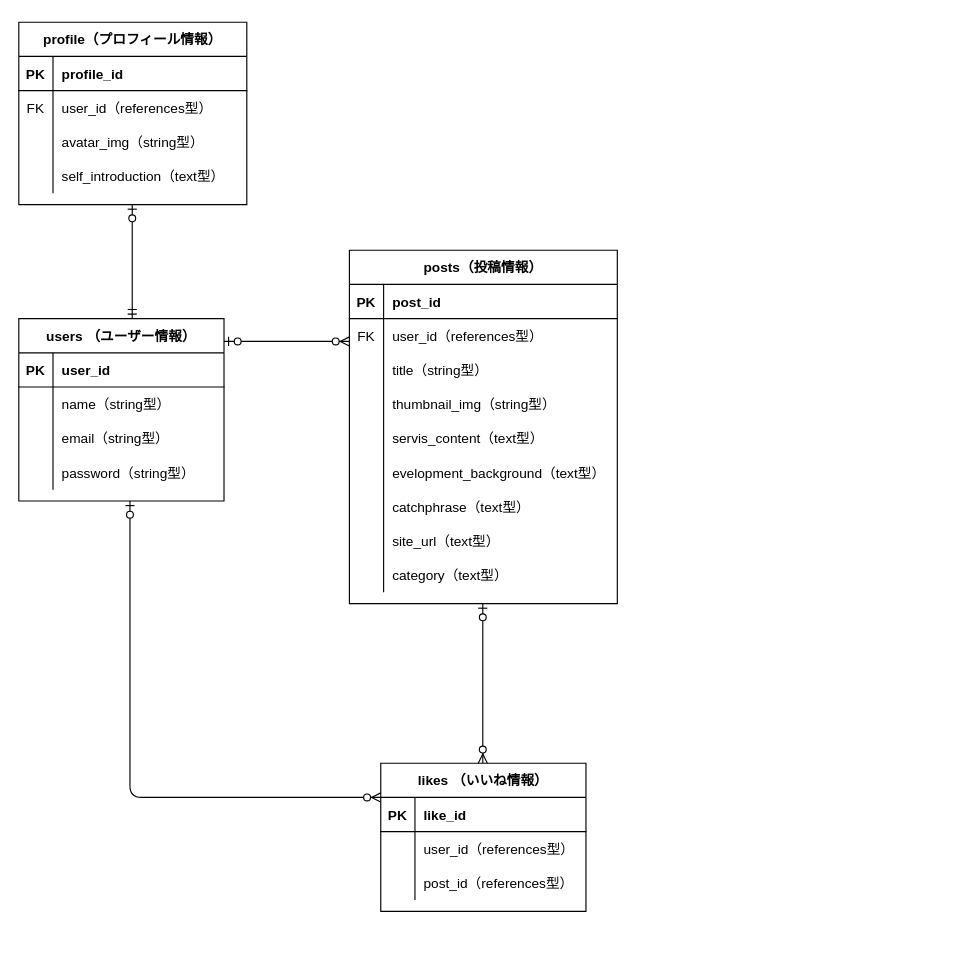
Earlier version of the draw.io diagram src/ER.dio (kuma-24/portfolios-museum). Source tidied: cells renumbered, new cells numbered last; positions are measured from the earlier drawing's top-left corner, leaving out a move shared by most shapes. Both pictures are drawn from the tidied source at 114%, with x=0, y=0 at pixel (18, 22).
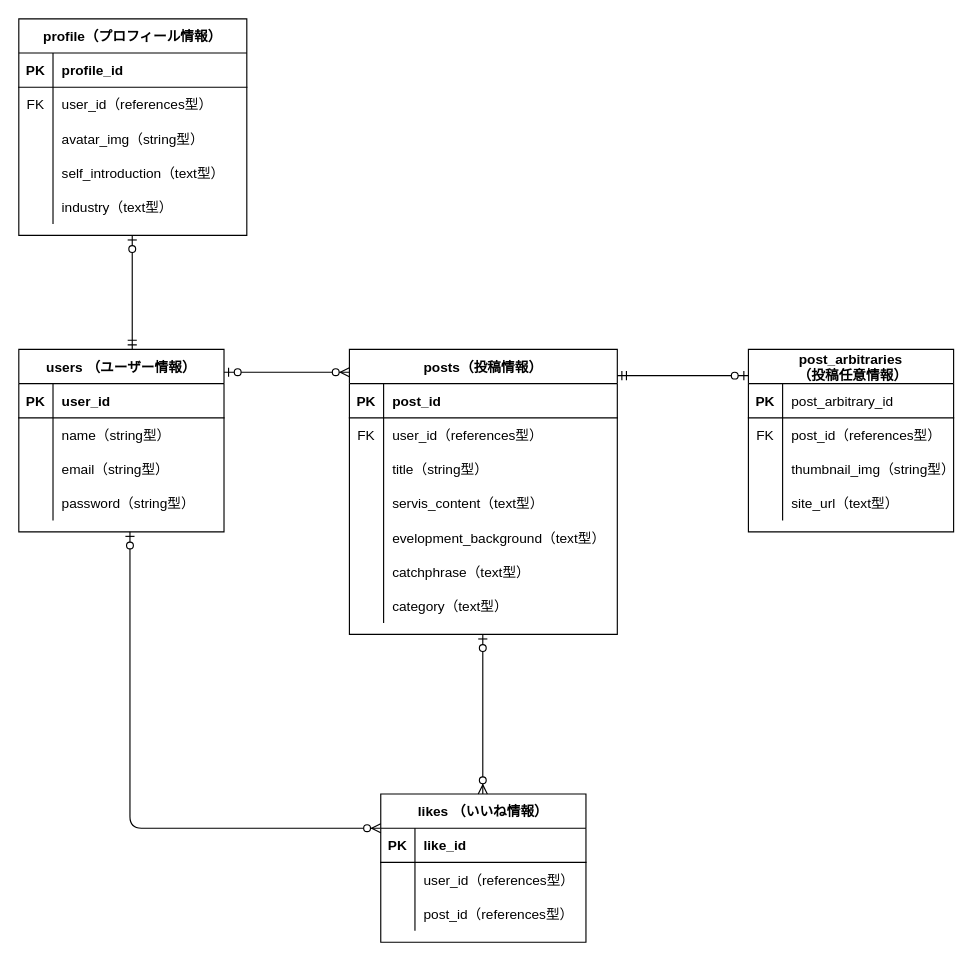
Above is the later version.

What changed in the source:
```diff
@@
     <mxCell id="2" value="users （ユーザー情報）" style="shape=table;startSize=30;childLayout=tableLayout;rowLines=0;fontStyle=1;align=center;" parent="1" vertex="1">
-      <mxGeometry y="260" width="180" height="160" as="geometry" />
+      <mxGeometry y="287" width="180" height="160" as="geometry" />
     </mxCell>
@@
     <mxCell id="15" value="profile（プロフィール情報）" style="shape=table;startSize=30;childLayout=tableLayout;rowLines=0;fontStyle=1;align=center;" parent="1" vertex="1">
-      <mxGeometry width="200" height="160" as="geometry" />
+      <mxGeometry y="-3" width="200" height="190" as="geometry" />
     </mxCell>
@@
+    <mxCell id="70" style="shape=partialRectangle;fillColor=none;top=0;left=0;bottom=0;right=0;" parent="15" vertex="1">
+      <mxGeometry y="150" width="200" height="30" as="geometry" />
+    </mxCell>
+    <mxCell id="71" style="shape=partialRectangle;fillColor=none;top=0;left=0;bottom=0;right=0;overflow=hidden;" parent="70" vertex="1">
+      <mxGeometry width="30" height="30" as="geometry" />
+    </mxCell>
+    <mxCell id="72" value="industry（text型）" style="shape=partialRectangle;fillColor=none;top=0;left=0;bottom=0;right=0;align=left;spacingLeft=6;overflow=hidden;" parent="70" vertex="1">
+      <mxGeometry x="30" width="170" height="30" as="geometry" />
+    </mxCell>
     <mxCell id="28" value="posts（投稿情報）" style="shape=table;startSize=30;childLayout=tableLayout;rowLines=0;fontStyle=1;align=center;" parent="1" vertex="1">
-      <mxGeometry x="290" y="200" width="235" height="310" as="geometry" />
+      <mxGeometry x="290" y="287" width="235" height="250" as="geometry" />
     </mxCell>
@@
-    <mxCell id="38" style="shape=partialRectangle;fillColor=none;top=0;left=0;bottom=0;right=0;" parent="28" vertex="1">
-      <mxGeometry y="120" width="235" height="30" as="geometry" />
-    </mxCell>
-    <mxCell id="39" style="shape=partialRectangle;fillColor=none;top=0;left=0;bottom=0;right=0;overflow=hidden;" parent="38" vertex="1">
-      <mxGeometry width="30" height="30" as="geometry" />
-    </mxCell>
-    <mxCell id="40" value="thumbnail_img（string型）" style="shape=partialRectangle;fillColor=none;top=0;left=0;bottom=0;right=0;align=left;spacingLeft=6;overflow=hidden;" parent="38" vertex="1">
-      <mxGeometry x="30" width="205" height="30" as="geometry" />
-    </mxCell>
     <mxCell id="41" style="shape=partialRectangle;fillColor=none;top=0;left=0;bottom=0;right=0;" parent="28" vertex="1">
-      <mxGeometry y="150" width="235" height="30" as="geometry" />
+      <mxGeometry y="120" width="235" height="30" as="geometry" />
     </mxCell>
@@
     <mxCell id="44" style="shape=partialRectangle;fillColor=none;top=0;left=0;bottom=0;right=0;" parent="28" vertex="1">
-      <mxGeometry y="180" width="235" height="30" as="geometry" />
+      <mxGeometry y="150" width="235" height="30" as="geometry" />
     </mxCell>
@@
     <mxCell id="47" style="shape=partialRectangle;fillColor=none;top=0;left=0;bottom=0;right=0;" parent="28" vertex="1">
-      <mxGeometry y="210" width="235" height="30" as="geometry" />
+      <mxGeometry y="180" width="235" height="30" as="geometry" />
     </mxCell>
@@
-    <mxCell id="50" style="shape=partialRectangle;fillColor=none;top=0;left=0;bottom=0;right=0;" parent="28" vertex="1">
-      <mxGeometry y="240" width="235" height="30" as="geometry" />
-    </mxCell>
-    <mxCell id="51" style="shape=partialRectangle;fillColor=none;top=0;left=0;bottom=0;right=0;overflow=hidden;" parent="50" vertex="1">
-      <mxGeometry width="30" height="30" as="geometry" />
-    </mxCell>
-    <mxCell id="52" value="site_url（text型）" style="shape=partialRectangle;fillColor=none;top=0;left=0;bottom=0;right=0;align=left;spacingLeft=6;overflow=hidden;" parent="50" vertex="1">
-      <mxGeometry x="30" width="205" height="30" as="geometry" />
-    </mxCell>
     <mxCell id="53" style="shape=partialRectangle;fillColor=none;top=0;left=0;bottom=0;right=0;" parent="28" vertex="1">
-      <mxGeometry y="270" width="235" height="30" as="geometry" />
+      <mxGeometry y="210" width="235" height="30" as="geometry" />
     </mxCell>
@@
     <mxCell id="56" style="fontSize=12;html=1;endArrow=ERzeroToMany;startArrow=ERzeroToOne;" parent="1" edge="1">
       <mxGeometry relative="1" as="geometry">
-        <mxPoint x="180" y="280" as="sourcePoint" />
-        <mxPoint x="290" y="280" as="targetPoint" />
+        <mxPoint x="180" y="307" as="sourcePoint" />
+        <mxPoint x="290" y="307" as="targetPoint" />
       </mxGeometry>
     </mxCell>
     <mxCell id="57" style="fontSize=12;html=1;endArrow=ERzeroToOne;startArrow=ERmandOne;" parent="1" edge="1">
       <mxGeometry relative="1" as="geometry">
-        <mxPoint x="99.5" y="260" as="sourcePoint" />
-        <mxPoint x="99.5" y="160" as="targetPoint" />
+        <mxPoint x="99.5" y="287" as="sourcePoint" />
+        <mxPoint x="99.5" y="187" as="targetPoint" />
       </mxGeometry>
     </mxCell>
     <mxCell id="58" value="likes （いいね情報）" style="shape=table;startSize=30;childLayout=tableLayout;rowLines=0;fontStyle=1;align=center;" parent="1" vertex="1">
-      <mxGeometry x="317.5" y="650" width="180" height="130" as="geometry" />
+      <mxGeometry x="317.5" y="677" width="180" height="130" as="geometry" />
     </mxCell>
@@
     <mxCell id="68" style="fontSize=12;html=1;endArrow=ERzeroToMany;startArrow=ERzeroToOne;" parent="1" edge="1">
       <mxGeometry relative="1" as="geometry">
-        <mxPoint x="97.5" y="420" as="sourcePoint" />
-        <mxPoint x="317.5" y="680" as="targetPoint" />
+        <mxPoint x="97.5" y="447" as="sourcePoint" />
+        <mxPoint x="317.5" y="707" as="targetPoint" />
         <Array as="points">
-          <mxPoint x="97.5" y="680" />
+          <mxPoint x="97.5" y="707" />
         </Array>
       </mxGeometry>
     </mxCell>
     <mxCell id="69" style="fontSize=12;html=1;endArrow=ERzeroToMany;startArrow=ERzeroToOne;" parent="1" edge="1">
       <mxGeometry relative="1" as="geometry">
-        <mxPoint x="407" y="510" as="sourcePoint" />
-        <mxPoint x="407" y="650" as="targetPoint" />
+        <mxPoint x="407" y="537" as="sourcePoint" />
+        <mxPoint x="407" y="677" as="targetPoint" />
         <Array as="points">
-          <mxPoint x="407" y="520" />
-          <mxPoint x="407" y="600" />
+          <mxPoint x="407" y="547" />
+          <mxPoint x="407" y="627" />
         </Array>
       </mxGeometry>
     </mxCell>
+    <mxCell id="73" value="post_arbitraries&#10; （投稿任意情報）" style="shape=table;startSize=30;childLayout=tableLayout;rowLines=0;fontStyle=1;align=center;" parent="1" vertex="1">
+      <mxGeometry x="640" y="287" width="180" height="160" as="geometry" />
+    </mxCell>
+    <mxCell id="74" style="shape=partialRectangle;fillColor=none;top=0;left=0;bottom=1;right=0;" parent="73" vertex="1">
+      <mxGeometry y="30" width="180" height="30" as="geometry" />
+    </mxCell>
+    <mxCell id="75" value="PK" style="shape=partialRectangle;fillColor=none;top=0;left=0;bottom=0;right=0;fontStyle=1;overflow=hidden;" parent="74" vertex="1">
+      <mxGeometry width="30" height="30" as="geometry" />
+    </mxCell>
+    <mxCell id="76" value="post_arbitrary_id" style="shape=partialRectangle;fillColor=none;top=0;left=0;bottom=0;right=0;align=left;spacingLeft=6;fontStyle=0;overflow=hidden;" parent="74" vertex="1">
+      <mxGeometry x="30" width="150" height="30" as="geometry" />
+    </mxCell>
+    <mxCell id="77" style="shape=partialRectangle;fillColor=none;top=0;left=0;bottom=0;right=0;" parent="73" vertex="1">
+      <mxGeometry y="60" width="180" height="30" as="geometry" />
+    </mxCell>
+    <mxCell id="78" value="FK" style="shape=partialRectangle;fillColor=none;top=0;left=0;bottom=0;right=0;overflow=hidden;" parent="77" vertex="1">
+      <mxGeometry width="30" height="30" as="geometry" />
+    </mxCell>
+    <mxCell id="79" value="post_id（references型）" style="shape=partialRectangle;fillColor=none;top=0;left=0;bottom=0;right=0;align=left;spacingLeft=6;overflow=hidden;" parent="77" vertex="1">
+      <mxGeometry x="30" width="150" height="30" as="geometry" />
+    </mxCell>
+    <mxCell id="80" style="shape=partialRectangle;fillColor=none;top=0;left=0;bottom=0;right=0;" parent="73" vertex="1">
+      <mxGeometry y="90" width="180" height="30" as="geometry" />
+    </mxCell>
+    <mxCell id="81" style="shape=partialRectangle;fillColor=none;top=0;left=0;bottom=0;right=0;overflow=hidden;" parent="80" vertex="1">
+      <mxGeometry width="30" height="30" as="geometry" />
+    </mxCell>
+    <mxCell id="40" value="thumbnail_img（string型）" style="shape=partialRectangle;fillColor=none;top=0;left=0;bottom=0;right=0;align=left;spacingLeft=6;overflow=hidden;" parent="80" vertex="1">
+      <mxGeometry x="30" width="150" height="30" as="geometry" />
+    </mxCell>
+    <mxCell id="82" style="shape=partialRectangle;fillColor=none;top=0;left=0;bottom=0;right=0;" parent="73" vertex="1">
+      <mxGeometry y="120" width="180" height="30" as="geometry" />
+    </mxCell>
+    <mxCell id="83" style="shape=partialRectangle;fillColor=none;top=0;left=0;bottom=0;right=0;overflow=hidden;" parent="82" vertex="1">
+      <mxGeometry width="30" height="30" as="geometry" />
+    </mxCell>
+    <mxCell id="52" value="site_url（text型）" style="shape=partialRectangle;fillColor=none;top=0;left=0;bottom=0;right=0;align=left;spacingLeft=6;overflow=hidden;" parent="82" vertex="1">
+      <mxGeometry x="30" width="150" height="30" as="geometry" />
+    </mxCell>
+    <mxCell id="84" style="fontSize=12;html=1;endArrow=ERzeroToOne;startArrow=ERmandOne;" parent="1" edge="1">
+      <mxGeometry relative="1" as="geometry">
+        <mxPoint x="525" y="310" as="sourcePoint" />
+        <mxPoint x="640" y="310" as="targetPoint" />
+      </mxGeometry>
+    </mxCell>
```
